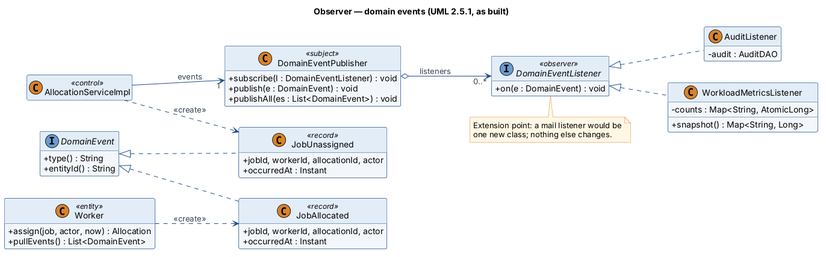
Above: diagrams/png/09-events.png in jaricsng/ooad-3tier-job-allocation (PlantUML), before the change. The source it was exported from:
```plantuml
@startuml
!include style.iuml
skinparam classAttributeIconSize 0
hide empty members
left to right direction
title Observer — domain events (UML 2.5.1, as built)
class Worker <<entity>> {
  +assign(job, actor, now) : Allocation
  +pullEvents() : List<DomainEvent>
}
interface DomainEvent {
  +type() : String
  +entityId() : String
}
class JobAllocated <<record>> {
  +jobId, workerId, allocationId, actor
  +occurredAt : Instant
}
class JobUnassigned <<record>> {
  +jobId, workerId, allocationId, actor
  +occurredAt : Instant
}
class AllocationServiceImpl <<control>>
class DomainEventPublisher <<subject>> {
  +subscribe(l : DomainEventListener) : void
  +publish(e : DomainEvent) : void
  +publishAll(es : List<DomainEvent>) : void
}
interface DomainEventListener <<observer>> {
  +on(e : DomainEvent) : void
}
class AuditListener {
  -audit : AuditDAO
}
class WorkloadMetricsListener {
  -counts : Map<String, AtomicLong>
  +snapshot() : Map<String, Long>
}
DomainEvent <|.. JobAllocated
DomainEvent <|.. JobUnassigned
Worker ..> JobAllocated : <<create>>
AllocationServiceImpl ..> JobUnassigned : <<create>>
AllocationServiceImpl --> "1" DomainEventPublisher : events
DomainEventPublisher o--> "0..*" DomainEventListener : listeners
DomainEventListener <|.. AuditListener
DomainEventListener <|.. WorkloadMetricsListener
note bottom of DomainEventListener
  Extension point: a mail listener would be
  one new class; nothing else changes.
end note
@enduml
```
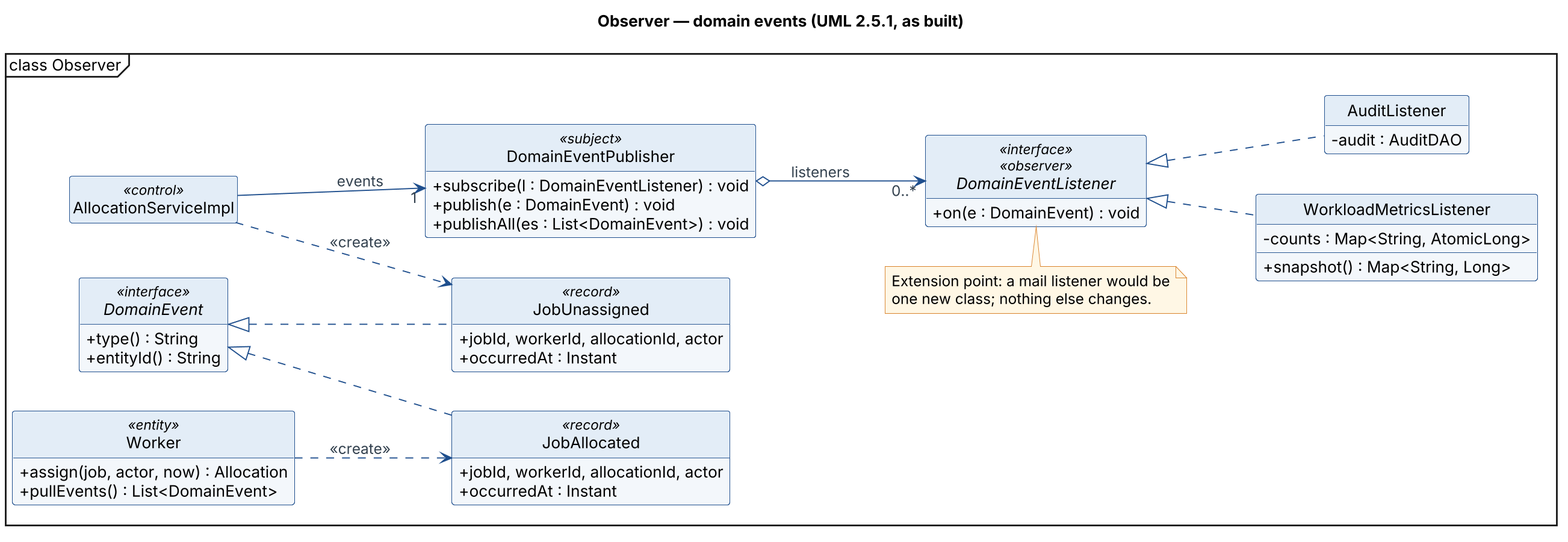
After the change.

What changed in the source:
```diff
@@ -1,5 +1,7 @@
 @startuml
+skinparamlocked dpi 180
 !include style.iuml
+mainframe class Observer
 skinparam classAttributeIconSize 0
 hide empty members
 left to right direction
@@ -8,7 +10,7 @@
   +assign(job, actor, now) : Allocation
   +pullEvents() : List<DomainEvent>
 }
-interface DomainEvent {
+interface DomainEvent <<interface>> {
   +type() : String
   +entityId() : String
 }
@@ -26,7 +28,7 @@
   +publish(e : DomainEvent) : void
   +publishAll(es : List<DomainEvent>) : void
 }
-interface DomainEventListener <<observer>> {
+interface DomainEventListener <<interface>> <<observer>> {
   +on(e : DomainEvent) : void
 }
 class AuditListener {
```
